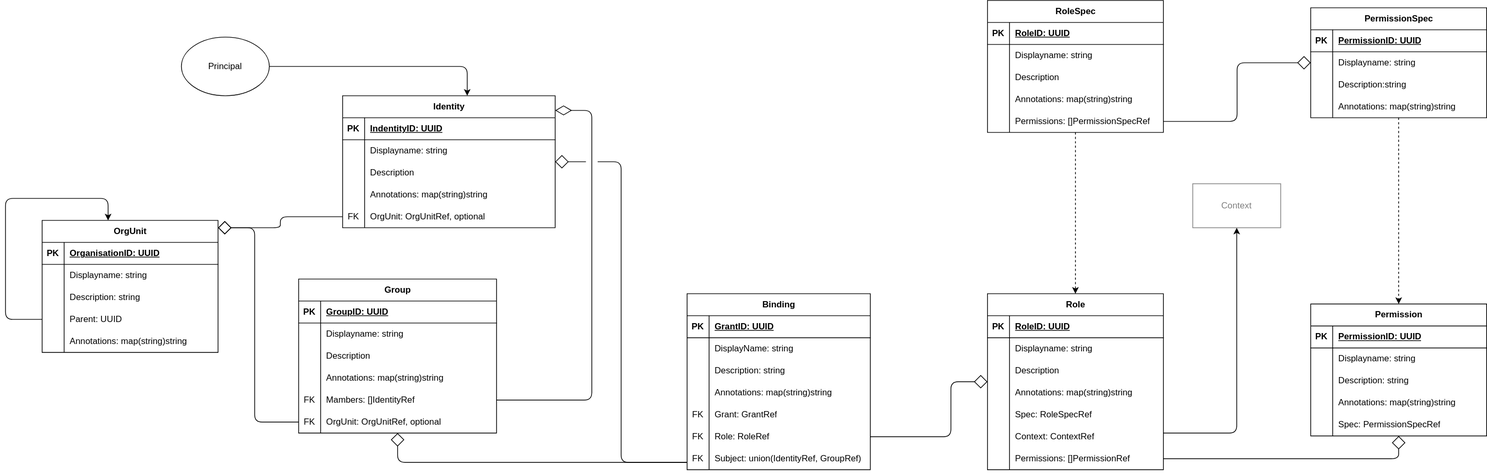
emeland-io/book keeps this draw.io diagram as content/docs/example-mapping/images/p2-iam.svg. Above is the earlier version. Source tidied: cells renumbered, new cells last; positions are measured from the earlier drawing's top-left corner, leaving out a move shared by most shapes.
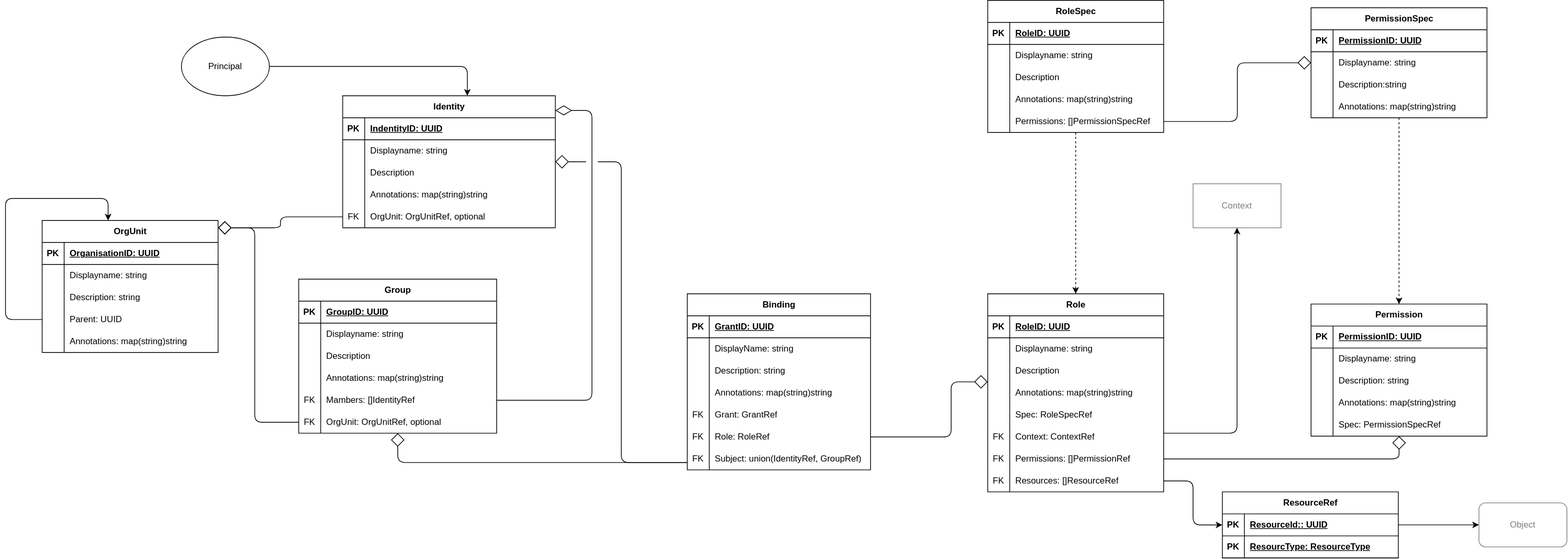
The same file after the commit.

Commit message:
fix diagrams. The description remains a future task

The edit, as a diff of the source:
```diff
@@ -108,7 +108,7 @@
       </mxGeometry>
     </mxCell>
     <mxCell id="35" value="Role" style="shape=table;startSize=30;rowLines=0;fontStyle=1;align=center;html=1;" parent="1" vertex="1">
-      <mxGeometry x="1339.9" y="400" width="240" height="240" as="geometry" />
+      <mxGeometry x="1339.9" y="400" width="240" height="270" as="geometry" />
     </mxCell>
     <mxCell id="36" style="shape=tableRow;horizontal=0;startSize=0;swimlaneHead=0;swimlaneBody=0;fillColor=none;top=0;left=0;right=0;bottom=1;" parent="35" vertex="1">
       <mxGeometry y="30" width="240" height="30" as="geometry" />
@@ -158,7 +158,7 @@
     <mxCell id="51" style="shape=tableRow;horizontal=0;startSize=0;swimlaneHead=0;swimlaneBody=0;fillColor=none;points=[[0,0.5],[1,0.5]];portConstraint=eastwest;top=0;left=0;right=0;bottom=0;" parent="35" vertex="1">
       <mxGeometry y="180" width="240" height="30" as="geometry" />
     </mxCell>
-    <mxCell id="52" style="shape=partialRectangle;fillColor=none;top=0;left=0;bottom=0;right=0;overflow=hidden;whiteSpace=wrap;html=1;" parent="51" vertex="1">
+    <mxCell id="52" value="FK" style="shape=partialRectangle;fillColor=none;top=0;left=0;bottom=0;right=0;overflow=hidden;whiteSpace=wrap;html=1;" parent="51" vertex="1">
       <mxGeometry width="30" height="30" as="geometry" />
     </mxCell>
     <mxCell id="53" value="Context: ContextRef" style="shape=partialRectangle;fillColor=none;top=0;left=0;bottom=0;right=0;align=left;spacingLeft=6;overflow=hidden;whiteSpace=wrap;html=1;" parent="51" vertex="1">
@@ -167,12 +167,21 @@
     <mxCell id="54" style="shape=tableRow;horizontal=0;startSize=0;swimlaneHead=0;swimlaneBody=0;fillColor=none;points=[[0,0.5],[1,0.5]];portConstraint=eastwest;top=0;left=0;right=0;bottom=0;" parent="35" vertex="1">
       <mxGeometry y="210" width="240" height="30" as="geometry" />
     </mxCell>
-    <mxCell id="55" style="shape=partialRectangle;fillColor=none;top=0;left=0;bottom=0;right=0;overflow=hidden;whiteSpace=wrap;html=1;" parent="54" vertex="1">
+    <mxCell id="55" value="FK" style="shape=partialRectangle;fillColor=none;top=0;left=0;bottom=0;right=0;overflow=hidden;whiteSpace=wrap;html=1;" parent="54" vertex="1">
       <mxGeometry width="30" height="30" as="geometry" />
     </mxCell>
     <mxCell id="56" value="Permissions: []PermissionRef" style="shape=partialRectangle;fillColor=none;top=0;left=0;bottom=0;right=0;align=left;spacingLeft=6;overflow=hidden;whiteSpace=wrap;html=1;" parent="54" vertex="1">
       <mxGeometry x="30" width="210" height="30" as="geometry" />
     </mxCell>
+    <mxCell id="157" style="shape=tableRow;horizontal=0;startSize=0;swimlaneHead=0;swimlaneBody=0;fillColor=none;points=[[0,0.5],[1,0.5]];portConstraint=eastwest;top=0;left=0;right=0;bottom=0;" parent="35" vertex="1">
+      <mxGeometry y="240" width="240" height="30" as="geometry" />
+    </mxCell>
+    <mxCell id="158" value="FK" style="shape=partialRectangle;fillColor=none;top=0;left=0;bottom=0;right=0;overflow=hidden;whiteSpace=wrap;html=1;" parent="157" vertex="1">
+      <mxGeometry width="30" height="30" as="geometry" />
+    </mxCell>
+    <mxCell id="159" value="Resources: []ResourceRef" style="shape=partialRectangle;fillColor=none;top=0;left=0;bottom=0;right=0;align=left;spacingLeft=6;overflow=hidden;whiteSpace=wrap;html=1;" parent="157" vertex="1">
+      <mxGeometry x="30" width="210" height="30" as="geometry" />
+    </mxCell>
     <mxCell id="57" style="edgeStyle=orthogonalEdgeStyle;html=1;" parent="1" edge="1" source="58" target="2">
       <mxGeometry relative="1" as="geometry">
         <Array as="points">
@@ -510,5 +519,35 @@
     <mxCell id="156" value="Context" style="rounded=0;whiteSpace=wrap;html=1;textOpacity=50;opacity=50;" parent="1" vertex="1">
       <mxGeometry x="1620" y="250" width="120" height="60" as="geometry" />
     </mxCell>
+    <mxCell id="160" value="ResourceRef" style="shape=table;startSize=30;rowLines=0;fontStyle=1;align=center;html=1;" parent="1" vertex="1">
+      <mxGeometry x="1660" y="670" width="240" height="90" as="geometry" />
+    </mxCell>
+    <mxCell id="161" style="shape=tableRow;horizontal=0;startSize=0;swimlaneHead=0;swimlaneBody=0;fillColor=none;points=[[0,0.5],[1,0.5]];portConstraint=eastwest;top=0;left=0;right=0;bottom=1;" parent="160" vertex="1">
+      <mxGeometry y="30" width="240" height="30" as="geometry" />
+    </mxCell>
+    <mxCell id="162" value="PK" style="shape=partialRectangle;fillColor=none;top=0;left=0;bottom=0;right=0;fontStyle=1;overflow=hidden;whiteSpace=wrap;html=1;" parent="161" vertex="1">
+      <mxGeometry width="30" height="30" as="geometry" />
+    </mxCell>
+    <mxCell id="163" value="ResourceId:: UUID" style="shape=partialRectangle;fillColor=none;top=0;left=0;bottom=0;right=0;align=left;spacingLeft=6;fontStyle=5;overflow=hidden;whiteSpace=wrap;html=1;" parent="161" vertex="1">
+      <mxGeometry x="30" width="210" height="30" as="geometry" />
+    </mxCell>
+    <mxCell id="164" style="shape=tableRow;horizontal=0;startSize=0;swimlaneHead=0;swimlaneBody=0;fillColor=none;top=0;left=0;right=0;bottom=1;" parent="160" vertex="1">
+      <mxGeometry y="60" width="240" height="30" as="geometry" />
+    </mxCell>
+    <mxCell id="165" value="PK" style="shape=partialRectangle;fillColor=none;top=0;left=0;bottom=0;right=0;fontStyle=1;overflow=hidden;whiteSpace=wrap;html=1;" parent="164" vertex="1">
+      <mxGeometry width="30" height="30" as="geometry" />
+    </mxCell>
+    <mxCell id="166" value="ResourcType: ResourceType" style="shape=partialRectangle;fillColor=none;top=0;left=0;bottom=0;right=0;align=left;spacingLeft=6;fontStyle=5;overflow=hidden;whiteSpace=wrap;html=1;" parent="164" vertex="1">
+      <mxGeometry x="30" width="210" height="30" as="geometry" />
+    </mxCell>
+    <mxCell id="167" style="edgeStyle=orthogonalEdgeStyle;html=1;" parent="1" edge="1" source="157" target="160">
+      <mxGeometry relative="1" as="geometry" />
+    </mxCell>
+    <mxCell id="168" value="Object" style="rounded=1;whiteSpace=wrap;html=1;opacity=50;textOpacity=50;" parent="1" vertex="1">
+      <mxGeometry x="2010" y="685" width="120" height="60" as="geometry" />
+    </mxCell>
+    <mxCell id="169" style="edgeStyle=none;html=1;entryX=0;entryY=0.5;entryDx=0;entryDy=0;" parent="1" edge="1" source="161" target="168">
+      <mxGeometry relative="1" as="geometry" />
+    </mxCell>
   </root>
 </mxGraphModel>
```
